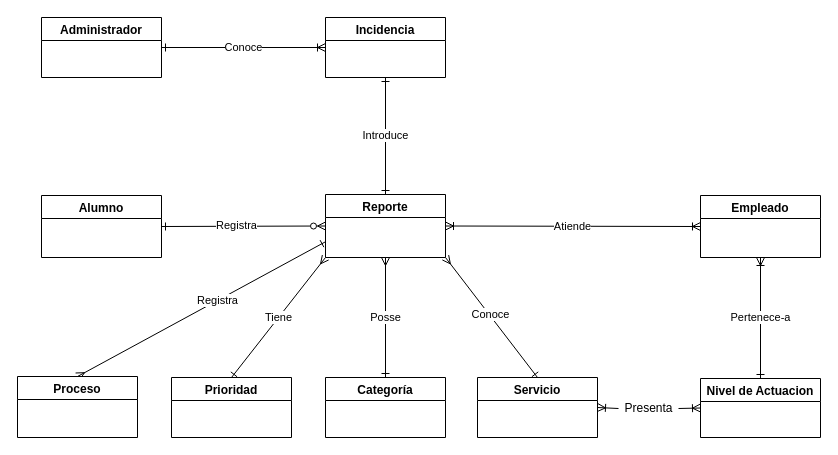
The draw.io diagram page "MD-02" (2 of 2) of documentation/Modelo/Análisis/Dominio/ModeloDominio.drawio in RodSebDaS/HDWeTIL, before the edit. Source tidied: cells renumbered, new cells numbered last; positions are measured from the earlier drawing's top-left corner, leaving out a move shared by most shapes. Both pictures are drawn from the tidied source at 100%, with x=0, y=0 at pixel (17, 17).
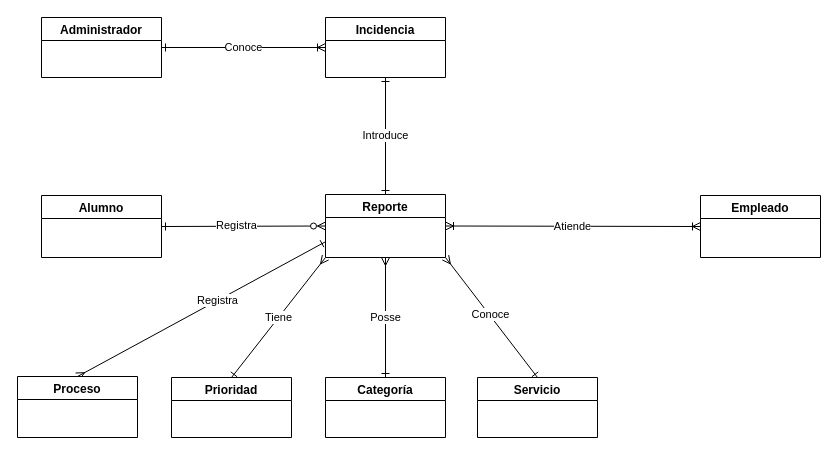
The same diagram, later.

The change refers to these unchanged cells:
```xml
<mxCell id="8" value="Empleado" style="swimlane;" parent="1" vertex="1">
  <mxGeometry x="683" y="178" width="120" height="62" as="geometry" />
</mxCell>
<mxCell id="10" value="Servicio" style="swimlane;startSize=23;" parent="1" vertex="1">
  <mxGeometry x="460" y="360" width="120" height="60" as="geometry" />
</mxCell>
```

What changed in the source:
```diff
@@
-    <mxCell id="9" style="html=1;exitX=1;exitY=0.5;exitDx=0;exitDy=0;entryX=0;entryY=0.5;entryDx=0;entryDy=0;endArrow=ERoneToMany;endFill=0;startArrow=none;startFill=0;" parent="1" edge="1" source="22" target="21">
-      <mxGeometry relative="1" as="geometry" />
-    </mxCell>
@@
-    <mxCell id="20" value="Pertenece-a" style="edgeStyle=none;sketch=0;html=1;exitX=0.5;exitY=0;exitDx=0;exitDy=0;entryX=0.5;entryY=1;entryDx=0;entryDy=0;startArrow=ERone;startFill=0;endArrow=ERoneToMany;endFill=0;elbow=vertical;" parent="1" edge="1" source="21" target="8">
-      <mxGeometry relative="1" as="geometry" />
-    </mxCell>
-    <mxCell id="21" value="Nivel de Actuacion" style="swimlane;startSize=23;" parent="1" vertex="1">
-      <mxGeometry x="683" y="361" width="120" height="59" as="geometry" />
-    </mxCell>
-    <mxCell id="22" value="Presenta" style="text;html=1;align=center;verticalAlign=middle;points=[];strokeColor=none;fillColor=none;" parent="1" vertex="1">
-      <mxGeometry x="601" y="381" width="60" height="20" as="geometry" />
-    </mxCell>
-    <mxCell id="23" style="html=1;exitX=1;exitY=0.5;exitDx=0;exitDy=0;entryX=0;entryY=0.5;entryDx=0;entryDy=0;endArrow=none;endFill=0;startArrow=ERoneToMany;startFill=0;" parent="1" edge="1" source="10" target="22">
-      <mxGeometry relative="1" as="geometry" />
-    </mxCell>
```
